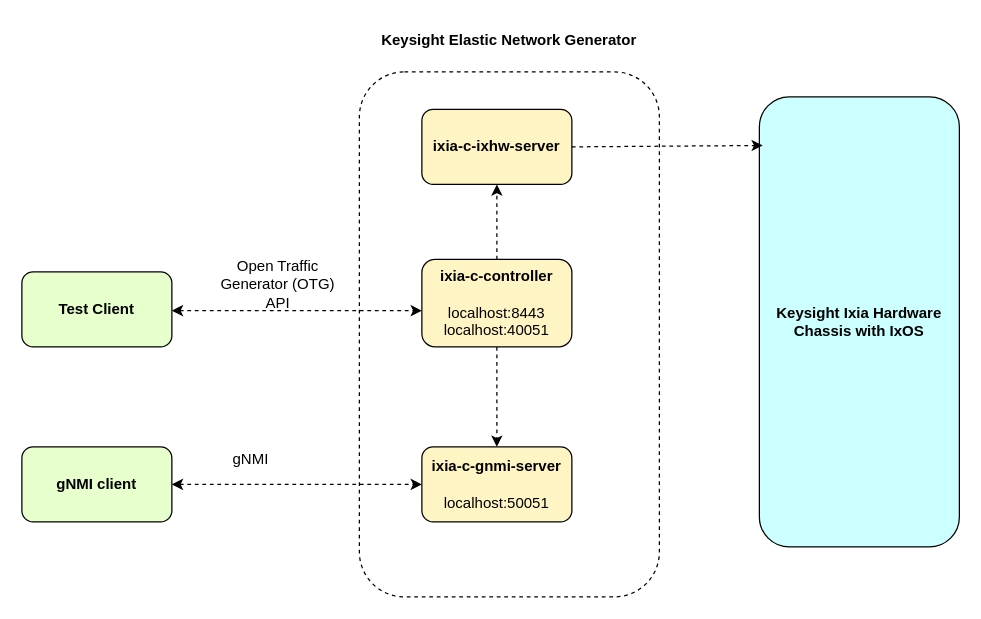
The draw.io diagram docs/res/hw-server.drawio in open-traffic-generator/ixia-c, before the edit. Source tidied: cells renumbered, new cells numbered last; positions are measured from the earlier drawing's top-left corner, leaving out a move shared by most shapes. Both pictures are drawn from the tidied source at 125%, with x=0, y=0 at pixel (21, 21).
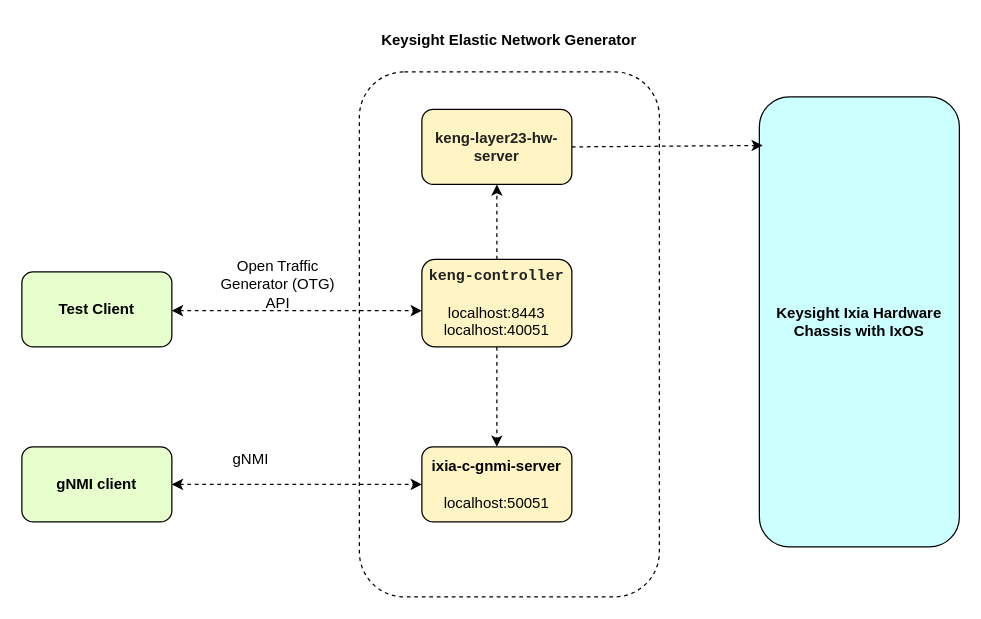
Above is the later version.

Change to the diagram source:
```diff
@@
-    <mxCell id="5" value="ixia-c-ixhw-server" style="rounded=1;whiteSpace=wrap;html=1;fontStyle=1;fillColor=#FFF4C3;" parent="1" vertex="1">
+    <mxCell id="5" value="&lt;span style=&quot;color: rgb(33, 33, 33);&quot;&gt;&lt;font style=&quot;font-size: 12px;&quot;&gt;keng-layer23-hw-server&lt;/font&gt;&lt;/span&gt;" style="rounded=1;whiteSpace=wrap;html=1;fontStyle=1;fillColor=#FFF4C3;" parent="1" vertex="1">
       <mxGeometry x="320" y="70" width="120" height="60" as="geometry" />
     </mxCell>
@@
-    <mxCell id="8" value="ixia-c-controller&lt;br&gt;&lt;br&gt;&lt;span style=&quot;font-weight: normal;&quot;&gt;localhost:8443&lt;br&gt;localhost:40051&lt;/span&gt;" style="rounded=1;whiteSpace=wrap;html=1;fontStyle=1;fillColor=#FFF4C3;" parent="1" vertex="1">
+    <mxCell id="8" value="&lt;span style=&quot;font-family: Consolas; color: rgb(33, 33, 33);&quot;&gt;keng-controller&lt;/span&gt;&lt;br&gt;&lt;br&gt;&lt;span style=&quot;font-weight: normal;&quot;&gt;localhost:8443&lt;br&gt;localhost:40051&lt;/span&gt;" style="rounded=1;whiteSpace=wrap;html=1;fontStyle=1;fillColor=#FFF4C3;" parent="1" vertex="1">
       <mxGeometry x="320" y="190" width="120" height="70" as="geometry" />
     </mxCell>
```
